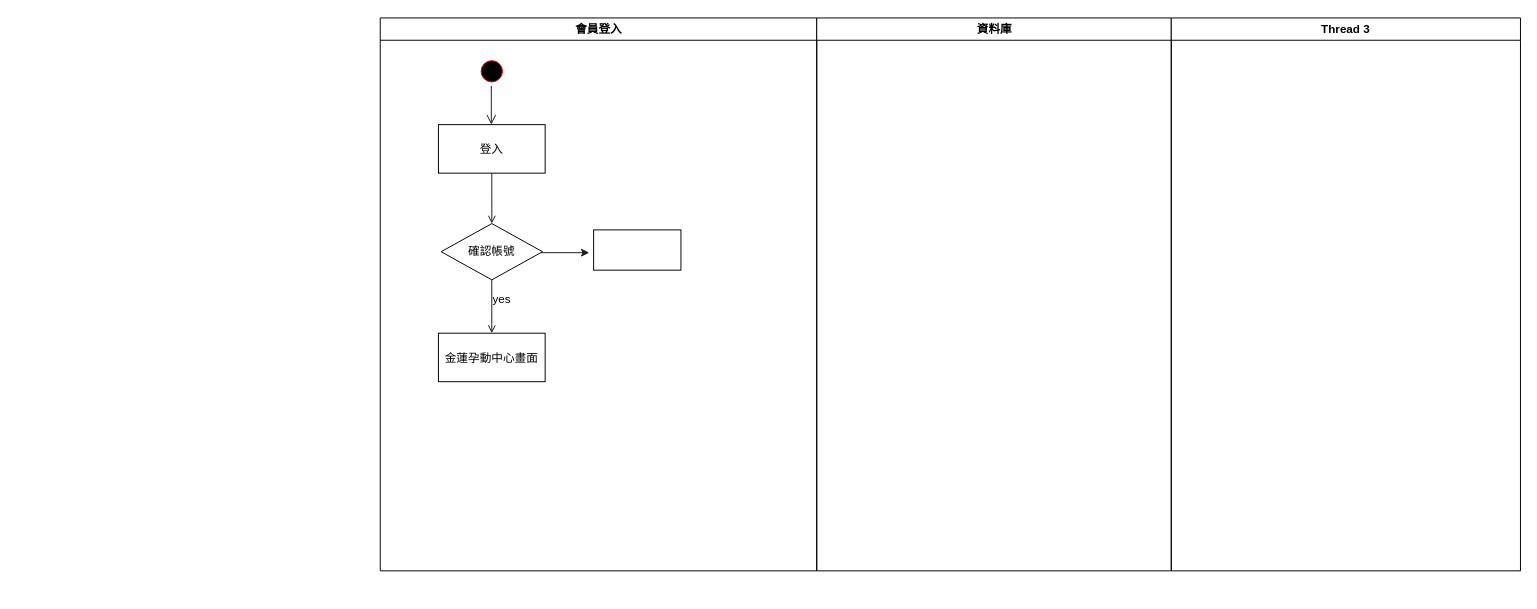
This is 會員登入.drawio from 4gold/github-slideshow, a draw.io file, before an edit. Source tidied: cells renumbered, new cells numbered last; positions are measured from the earlier drawing's top-left corner, leaving out a move shared by most shapes. Both pictures are drawn from the tidied source at 97%, with x=0, y=0 at pixel (379, 17).
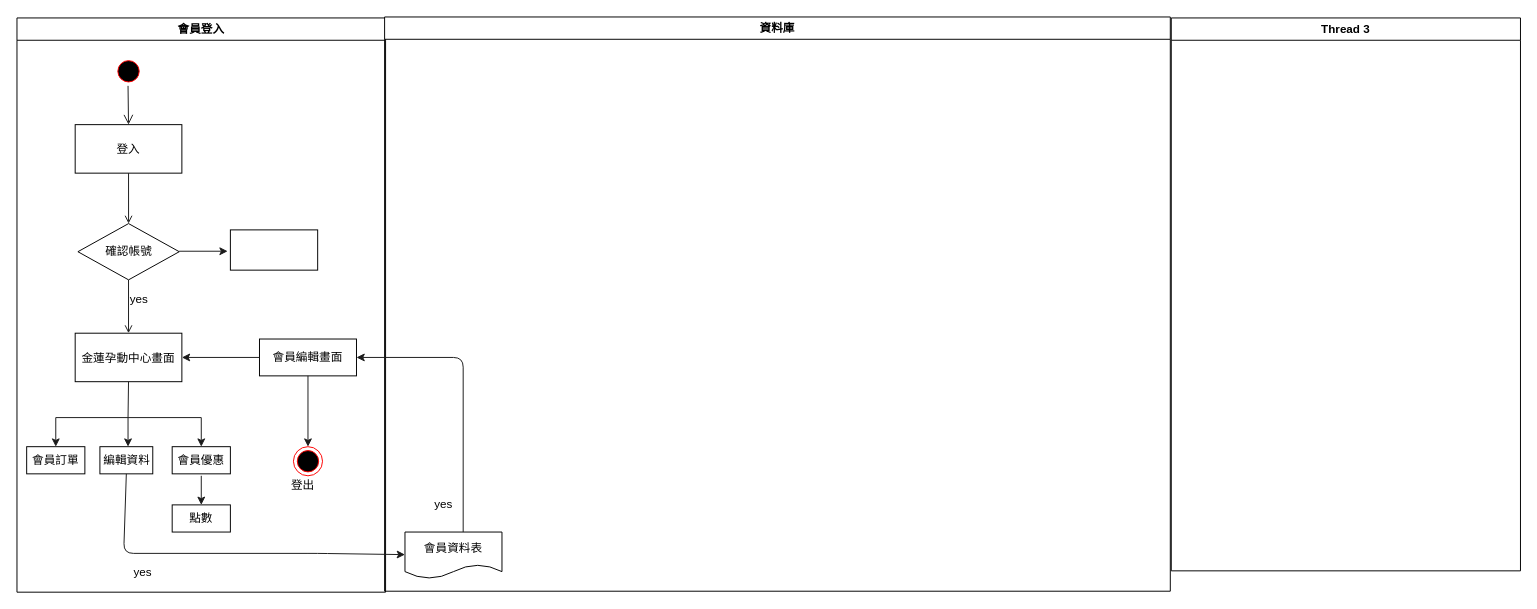
Above is the later version.

The change refers to these unchanged cells:
```xml
<mxCell id="6" value="金蓮孕動中心畫面" parent="2" vertex="1">
  <mxGeometry x="60" y="325" width="110" height="50" as="geometry" />
</mxCell>
```

Diff of the diagram source:
```diff
@@
     <mxCell id="2" value="會員登入" style="swimlane;whiteSpace=wrap;" parent="1" vertex="1">
-      <mxGeometry x="0.5" width="450" height="570" as="geometry" />
+      <mxGeometry x="-374" width="380" height="592" as="geometry" />
     </mxCell>
@@
+    <mxCell id="14" style="endArrow=classic;html=1;strokeColor=#1A1A1A;" parent="2" edge="1">
+      <mxGeometry relative="1" as="geometry">
+        <mxPoint x="167.2" y="240.5" as="sourcePoint" />
+        <mxPoint x="217.2" y="240.5" as="targetPoint" />
+      </mxGeometry>
+    </mxCell>
+    <mxCell id="15" style="endArrow=none;html=1;strokeColor=#1A1A1A;entryX=0.5;entryY=1;entryDx=0;entryDy=0;" parent="2" edge="1" target="6">
+      <mxGeometry relative="1" as="geometry">
+        <mxPoint x="114.5" y="412" as="sourcePoint" />
+      </mxGeometry>
+    </mxCell>
+    <mxCell id="16" style="endArrow=classic;html=1;strokeColor=#1A1A1A;" parent="2" edge="1">
+      <mxGeometry relative="1" as="geometry">
+        <mxPoint x="114.5" y="412" as="sourcePoint" />
+        <mxPoint x="114.5" y="442" as="targetPoint" />
+      </mxGeometry>
+    </mxCell>
+    <mxCell id="17" value="會員優惠" style="rounded=0;whiteSpace=wrap;html=1;" parent="2" vertex="1">
+      <mxGeometry x="160" y="442" width="60" height="28" as="geometry" />
+    </mxCell>
+    <mxCell id="18" value="編輯資料" style="rounded=0;whiteSpace=wrap;html=1;" parent="2" vertex="1">
+      <mxGeometry x="85.5" y="442" width="54.5" height="28" as="geometry" />
+    </mxCell>
+    <mxCell id="19" value="會員訂單" style="rounded=0;whiteSpace=wrap;html=1;" parent="2" vertex="1">
+      <mxGeometry x="10" y="442" width="60" height="28" as="geometry" />
+    </mxCell>
+    <mxCell id="20" value="點數" style="rounded=0;whiteSpace=wrap;html=1;" parent="2" vertex="1">
+      <mxGeometry x="160" y="502" width="60" height="28" as="geometry" />
+    </mxCell>
+    <mxCell id="21" style="endArrow=classic;html=1;strokeColor=#1A1A1A;entryX=0.5;entryY=0;entryDx=0;entryDy=0;" parent="2" edge="1" target="20">
+      <mxGeometry relative="1" as="geometry">
+        <mxPoint x="190" y="472" as="sourcePoint" />
+      </mxGeometry>
+    </mxCell>
+    <mxCell id="22" value="會員編輯畫面" style="rounded=0;whiteSpace=wrap;html=1;" parent="2" vertex="1">
+      <mxGeometry x="250" y="331" width="100" height="38" as="geometry" />
+    </mxCell>
+    <mxCell id="23" style="endArrow=classic;html=1;strokeColor=#1A1A1A;entryX=1;entryY=0.5;entryDx=0;entryDy=0;exitX=0;exitY=0.5;exitDx=0;exitDy=0;" parent="2" edge="1" source="22" target="6">
+      <mxGeometry relative="1" as="geometry" />
+    </mxCell>
+    <mxCell id="24" style="ellipse;shape=endState;fillColor=#000000;strokeColor=#ff0000;" parent="2" vertex="1">
+      <mxGeometry x="285" y="442" width="30" height="30" as="geometry" />
+    </mxCell>
+    <mxCell id="25" style="endArrow=classic;html=1;strokeColor=#1A1A1A;exitX=0.5;exitY=1;exitDx=0;exitDy=0;entryX=0.5;entryY=0;entryDx=0;entryDy=0;" parent="2" edge="1" source="22" target="24">
+      <mxGeometry relative="1" as="geometry" />
+    </mxCell>
+    <mxCell id="26" value="登出" style="text;html=1;strokeColor=none;fillColor=none;align=center;verticalAlign=middle;whiteSpace=wrap;rounded=0;" parent="2" vertex="1">
+      <mxGeometry x="275" y="472" width="40" height="20" as="geometry" />
+    </mxCell>
     <mxCell id="12" value="資料庫" style="swimlane;whiteSpace=wrap;" parent="1" vertex="1">
-      <mxGeometry x="450.5" width="365.5" height="570" as="geometry" />
+      <mxGeometry x="5" y="-1" width="810" height="592" as="geometry" />
     </mxCell>
+    <mxCell id="27" value="會員資料表" style="shape=document;whiteSpace=wrap;html=1;boundedLbl=1;" parent="12" vertex="1">
+      <mxGeometry x="21" y="531" width="100" height="48" as="geometry" />
+    </mxCell>
+    <mxCell id="28" value="yes" style="text;html=1;strokeColor=none;fillColor=none;align=center;verticalAlign=middle;whiteSpace=wrap;rounded=0;" parent="12" vertex="1">
+      <mxGeometry x="41" y="493" width="40" height="20" as="geometry" />
+    </mxCell>
@@
-    <mxCell id="14" style="endArrow=classic;html=1;strokeColor=#1A1A1A;" parent="1" edge="1">
-      <mxGeometry relative="1" as="geometry">
-        <mxPoint x="166" y="242" as="sourcePoint" />
-        <mxPoint x="216" y="242" as="targetPoint" />
-      </mxGeometry>
-    </mxCell>
+    <mxCell id="29" style="endArrow=classic;html=1;strokeColor=#1A1A1A;exitX=0.5;exitY=1;exitDx=0;exitDy=0;" parent="1" edge="1" source="18" target="27">
+      <mxGeometry relative="1" as="geometry">
+        <Array as="points">
+          <mxPoint x="-264" y="552" />
+          <mxPoint x="-64" y="552" />
+        </Array>
+      </mxGeometry>
+    </mxCell>
+    <mxCell id="30" value="yes" style="text;html=1;strokeColor=none;fillColor=none;align=center;verticalAlign=middle;whiteSpace=wrap;rounded=0;" parent="1" vertex="1">
+      <mxGeometry x="-264" y="562" width="40" height="20" as="geometry" />
+    </mxCell>
+    <mxCell id="31" style="group;" parent="1" vertex="1">
+      <mxGeometry x="-334" y="412" width="150" height="30" as="geometry" />
+    </mxCell>
+    <mxCell id="32" style="endArrow=none;html=1;strokeColor=#1A1A1A;" parent="31" edge="1">
+      <mxGeometry relative="1" as="geometry">
+        <mxPoint as="sourcePoint" />
+        <mxPoint x="150" as="targetPoint" />
+      </mxGeometry>
+    </mxCell>
+    <mxCell id="33" style="endArrow=classic;html=1;strokeColor=#1A1A1A;" parent="31" edge="1">
+      <mxGeometry relative="1" as="geometry">
+        <mxPoint x="150" as="sourcePoint" />
+        <mxPoint x="150" y="30" as="targetPoint" />
+      </mxGeometry>
+    </mxCell>
+    <mxCell id="34" style="endArrow=classic;html=1;strokeColor=#1A1A1A;" parent="31" edge="1">
+      <mxGeometry relative="1" as="geometry">
+        <mxPoint as="sourcePoint" />
+        <mxPoint y="30" as="targetPoint" />
+      </mxGeometry>
+    </mxCell>
+    <mxCell id="35" style="endArrow=classic;html=1;strokeColor=#1A1A1A;entryX=1;entryY=0.5;entryDx=0;entryDy=0;" parent="1" edge="1" target="22">
+      <mxGeometry relative="1" as="geometry">
+        <mxPoint x="86" y="530" as="sourcePoint" />
+        <Array as="points">
+          <mxPoint x="86" y="350" />
+        </Array>
+      </mxGeometry>
+    </mxCell>
```
